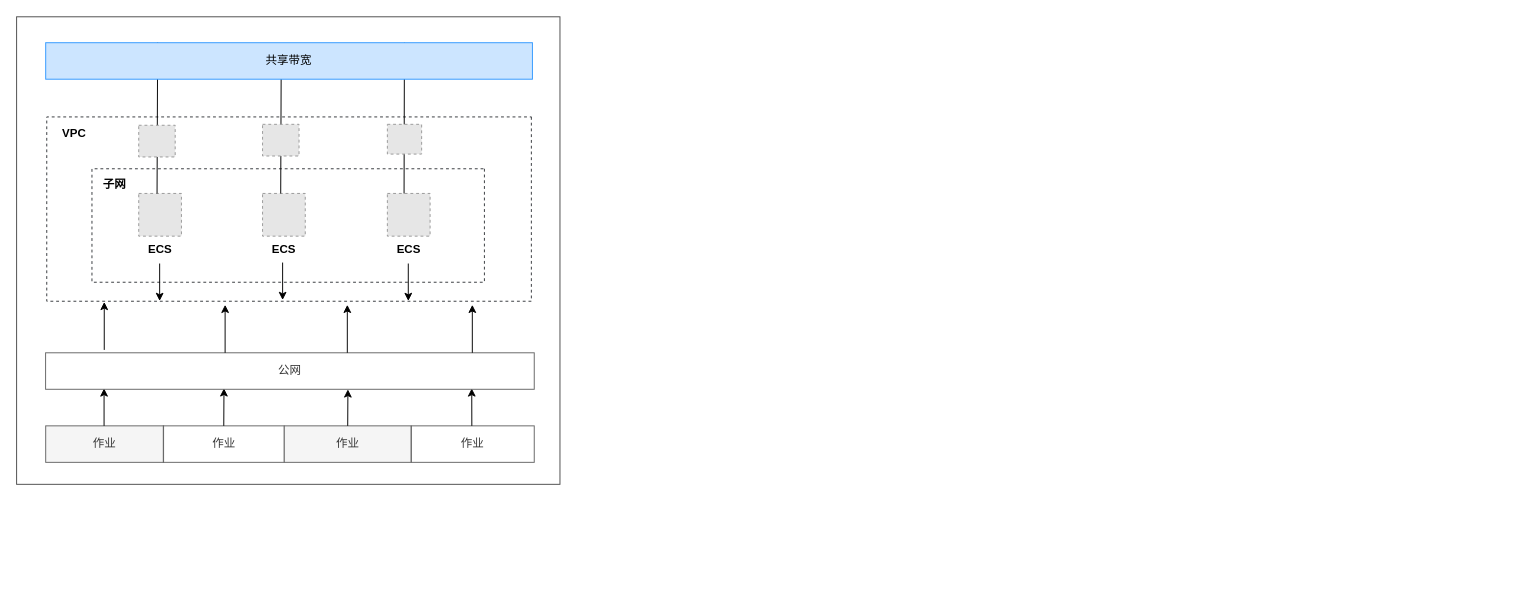
The draw.io diagram page "EIP 的副本" (4 of 8) of DRL.drawio in zhangluting123/drawio, before the edit. Source tidied: cells renumbered, new cells numbered last; positions are measured from the earlier drawing's top-left corner, leaving out a move shared by most shapes. Both pictures are drawn from the tidied source at 96%, with x=0, y=0 at pixel (16, -34). Pictures stored in the file or linked from it are replaced by grey dashed boxes.
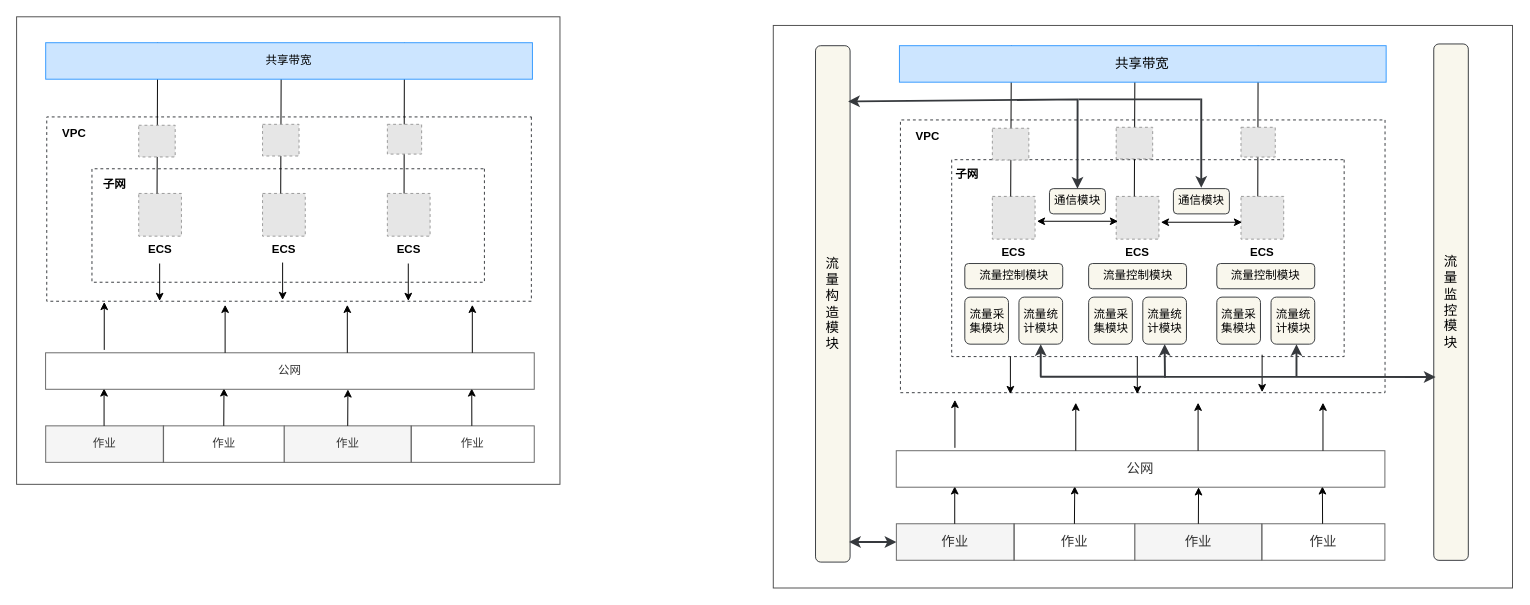
The same page after the edit.

Diff of the diagram source:
```diff
@@
+    <mxCell id="33" style="rounded=0;whiteSpace=wrap;html=1;fillColor=none;strokeWidth=1;strokeColor=#4D4D4D;" parent="1" vertex="1">
+      <mxGeometry x="788" y="61" width="770" height="586" as="geometry" />
+    </mxCell>
+    <mxCell id="34" style="rounded=1;whiteSpace=wrap;html=1;strokeWidth=1;fillColor=none;dashed=1;strokeColor=#36393d;rotation=90;arcSize=0;" parent="1" vertex="1">
+      <mxGeometry x="1030.8" y="49.1" width="284.1" height="504.8" as="geometry" />
+    </mxCell>
+    <mxCell id="35" value="VPC" style="text;html=1;strokeColor=none;fillColor=none;align=center;verticalAlign=middle;whiteSpace=wrap;rounded=0;fontStyle=1;" parent="1" vertex="1">
+      <mxGeometry x="919.2" y="162.1" width="60" height="30" as="geometry" />
+    </mxCell>
+    <mxCell id="36" style="rounded=1;whiteSpace=wrap;html=1;strokeWidth=1;fillColor=none;dashed=1;strokeColor=#36393d;rotation=90;arcSize=0;" parent="1" vertex="1">
+      <mxGeometry x="1075.7" y="99" width="205.1" height="408.8" as="geometry" />
+    </mxCell>
+    <mxCell id="37" value="ECS" style="fillColor=#E6E6E6;strokeColor=#999999;dashed=1;html=1;verticalAlign=top;verticalLabelPosition=bottom;labelBackgroundColor=#ffffff;fontStyle=1;" parent="1" vertex="1">
+      <mxGeometry x="1016.2" y="239.1" width="44.5" height="44.5" as="geometry" />
+    </mxCell>
+    <mxCell id="38" value="ECS" style="fillColor=#E6E6E6;strokeColor=#999999;dashed=1;html=1;verticalAlign=top;verticalLabelPosition=bottom;labelBackgroundColor=#ffffff;fontStyle=1;" parent="1" vertex="1">
+      <mxGeometry x="1145.2" y="239.1" width="44.5" height="44.5" as="geometry" />
+    </mxCell>
+    <mxCell id="39" value="ECS" style="fillColor=#E6E6E6;strokeColor=#999999;dashed=1;html=1;verticalAlign=top;verticalLabelPosition=bottom;labelBackgroundColor=#ffffff;fontStyle=1;" parent="1" vertex="1">
+      <mxGeometry x="1275.2" y="239.1" width="44.5" height="44.5" as="geometry" />
+    </mxCell>
+    <mxCell id="40" value="子网" style="text;html=1;strokeColor=none;fillColor=none;align=center;verticalAlign=middle;whiteSpace=wrap;rounded=0;fontStyle=1;" parent="1" vertex="1">
+      <mxGeometry x="960" y="201" width="60" height="30" as="geometry" />
+    </mxCell>
+    <mxCell id="41" style="endArrow=none;startArrow=none;html=1;rounded=0;startFill=0;endFill=0;exitX=0.391;exitY=0.006;exitDx=0;exitDy=0;exitPerimeter=0;entryX=0.23;entryY=-0.004;entryDx=0;entryDy=0;entryPerimeter=0;" parent="1" edge="1" target="55">
+      <mxGeometry relative="1" as="geometry">
+        <mxPoint x="1035.3" y="239.1" as="sourcePoint" />
+      </mxGeometry>
+    </mxCell>
+    <mxCell id="42" value="作业" style="rounded=0;whiteSpace=wrap;html=1;fillColor=#f5f5f5;strokeColor=#666666;shadow=0;fontColor=#333333;fontSize=14;" parent="1" vertex="1">
+      <mxGeometry x="916.2" y="580.1" width="122.8" height="38" as="geometry" />
+    </mxCell>
+    <mxCell id="43" value="作业" style="rounded=0;whiteSpace=wrap;html=1;fillColor=none;strokeColor=#666666;shadow=0;fontColor=#333333;fontSize=14;" parent="1" vertex="1">
+      <mxGeometry x="1038.7" y="580.1" width="126" height="38" as="geometry" />
+    </mxCell>
+    <mxCell id="44" value="作业" style="rounded=0;whiteSpace=wrap;html=1;fillColor=#f5f5f5;strokeColor=#666666;shadow=0;fontColor=#333333;fontSize=14;" parent="1" vertex="1">
+      <mxGeometry x="1164.7" y="580.1" width="132.2" height="38" as="geometry" />
+    </mxCell>
+    <mxCell id="45" value="作业" style="rounded=0;whiteSpace=wrap;html=1;fillColor=none;strokeColor=#666666;shadow=0;fontColor=#333333;fontSize=14;" parent="1" vertex="1">
+      <mxGeometry x="1297" y="580.1" width="128.1" height="38" as="geometry" />
+    </mxCell>
+    <mxCell id="46" style="endArrow=classic;html=1;rounded=0;" parent="1" edge="1">
+      <mxGeometry relative="1" as="geometry">
+        <mxPoint x="977" y="580.1" as="sourcePoint" />
+        <mxPoint x="977" y="541.1" as="targetPoint" />
+      </mxGeometry>
+    </mxCell>
+    <mxCell id="47" style="endArrow=classic;html=1;rounded=0;exitX=0.5;exitY=0;exitDx=0;exitDy=0;entryX=0.998;entryY=0.636;entryDx=0;entryDy=0;entryPerimeter=0;" parent="1" edge="1" source="43">
+      <mxGeometry relative="1" as="geometry">
+        <mxPoint x="1102" y="541" as="targetPoint" />
+      </mxGeometry>
+    </mxCell>
+    <mxCell id="48" style="endArrow=classic;html=1;rounded=0;exitX=0.5;exitY=0;exitDx=0;exitDy=0;" parent="1" edge="1" source="44">
+      <mxGeometry relative="1" as="geometry">
+        <mxPoint x="1231" y="542.1" as="targetPoint" />
+      </mxGeometry>
+    </mxCell>
+    <mxCell id="49" style="endArrow=classic;html=1;rounded=0;exitX=0.5;exitY=0;exitDx=0;exitDy=0;" parent="1" edge="1">
+      <mxGeometry relative="1" as="geometry">
+        <mxPoint x="1360.2" y="580.1" as="sourcePoint" />
+        <mxPoint x="1360" y="541.1" as="targetPoint" />
+      </mxGeometry>
+    </mxCell>
+    <mxCell id="50" value="公网" style="rounded=0;whiteSpace=wrap;html=1;fillColor=none;strokeColor=#666666;shadow=0;fontColor=#333333;fontSize=14;" parent="1" vertex="1">
+      <mxGeometry x="916.1" y="504" width="509" height="38" as="geometry" />
+    </mxCell>
+    <mxCell id="51" style="fillColor=#E6E6E6;strokeColor=#999999;dashed=1;verticalLabelPosition=bottom;labelBackgroundColor=default;verticalAlign=top;" parent="1" vertex="1">
+      <mxGeometry x="1016.2" y="168.1" width="38" height="33" as="geometry" />
+    </mxCell>
+    <mxCell id="52" style="endArrow=none;startArrow=none;html=1;rounded=0;startFill=0;endFill=0;exitX=0.391;exitY=0.006;exitDx=0;exitDy=0;exitPerimeter=0;entryX=0.484;entryY=0.048;entryDx=0;entryDy=0;entryPerimeter=0;" parent="1" edge="1" target="55">
+      <mxGeometry relative="1" as="geometry">
+        <mxPoint x="1164.1" y="239.1" as="sourcePoint" />
+      </mxGeometry>
+    </mxCell>
+    <mxCell id="53" style="fillColor=#E6E6E6;strokeColor=#999999;dashed=1;verticalLabelPosition=bottom;labelBackgroundColor=default;verticalAlign=top;" parent="1" vertex="1">
+      <mxGeometry x="1145.2" y="167.1" width="38" height="33" as="geometry" />
+    </mxCell>
+    <mxCell id="54" style="endArrow=none;startArrow=none;html=1;rounded=0;startFill=0;endFill=0;exitX=0.391;exitY=0.006;exitDx=0;exitDy=0;exitPerimeter=0;entryX=0.737;entryY=0;entryDx=0;entryDy=0;entryPerimeter=0;" parent="1" edge="1" target="55">
+      <mxGeometry relative="1" as="geometry">
+        <mxPoint x="1292.7" y="239.1" as="sourcePoint" />
+      </mxGeometry>
+    </mxCell>
+    <mxCell id="55" value="共享带宽" style="rounded=0;whiteSpace=wrap;html=1;fillColor=#cce5ff;strokeColor=#3399FF;shadow=0;fontSize=14;" parent="1" vertex="1">
+      <mxGeometry x="919.4" y="82.1" width="507" height="38" as="geometry" />
+    </mxCell>
+    <mxCell id="56" style="fillColor=#E6E6E6;strokeColor=#999999;dashed=1;verticalLabelPosition=bottom;labelBackgroundColor=default;verticalAlign=top;" parent="1" vertex="1">
+      <mxGeometry x="1275.2" y="167.1" width="35.7" height="31" as="geometry" />
+    </mxCell>
+    <mxCell id="57" style="endArrow=none;html=1;rounded=0;startArrow=classic;startFill=1;endFill=0;" parent="1" edge="1">
+      <mxGeometry relative="1" as="geometry">
+        <mxPoint x="1035" y="445" as="sourcePoint" />
+        <mxPoint x="1035" y="406" as="targetPoint" />
+      </mxGeometry>
+    </mxCell>
+    <mxCell id="58" style="endArrow=none;html=1;rounded=0;startArrow=classic;startFill=1;endFill=0;" parent="1" edge="1">
+      <mxGeometry relative="1" as="geometry">
+        <mxPoint x="1167.2" y="445" as="sourcePoint" />
+        <mxPoint x="1167.2" y="406" as="targetPoint" />
+      </mxGeometry>
+    </mxCell>
+    <mxCell id="59" style="endArrow=none;html=1;rounded=0;startArrow=classic;startFill=1;endFill=0;" parent="1" edge="1">
+      <mxGeometry relative="1" as="geometry">
+        <mxPoint x="1297.2" y="443" as="sourcePoint" />
+        <mxPoint x="1297.2" y="404" as="targetPoint" />
+      </mxGeometry>
+    </mxCell>
+    <mxCell id="60" style="endArrow=classic;html=1;rounded=0;entryX=0.085;entryY=1.038;entryDx=0;entryDy=0;entryPerimeter=0;" parent="1" edge="1">
+      <mxGeometry relative="1" as="geometry">
+        <mxPoint x="977.2" y="501" as="sourcePoint" />
+        <mxPoint x="977.2" y="451" as="targetPoint" />
+      </mxGeometry>
+    </mxCell>
+    <mxCell id="61" style="endArrow=classic;html=1;rounded=0;entryX=0.085;entryY=1.038;entryDx=0;entryDy=0;entryPerimeter=0;" parent="1" edge="1">
+      <mxGeometry relative="1" as="geometry">
+        <mxPoint x="1103.1" y="504" as="sourcePoint" />
+        <mxPoint x="1103.1" y="454" as="targetPoint" />
+      </mxGeometry>
+    </mxCell>
+    <mxCell id="62" style="endArrow=classic;html=1;rounded=0;entryX=0.085;entryY=1.038;entryDx=0;entryDy=0;entryPerimeter=0;" parent="1" edge="1">
+      <mxGeometry relative="1" as="geometry">
+        <mxPoint x="1360.6" y="504" as="sourcePoint" />
+        <mxPoint x="1360.6" y="454" as="targetPoint" />
+      </mxGeometry>
+    </mxCell>
+    <mxCell id="63" style="endArrow=classic;html=1;rounded=0;entryX=0.085;entryY=1.038;entryDx=0;entryDy=0;entryPerimeter=0;" parent="1" edge="1">
+      <mxGeometry relative="1" as="geometry">
+        <mxPoint x="1230.5" y="504" as="sourcePoint" />
+        <mxPoint x="1230.5" y="454" as="targetPoint" />
+      </mxGeometry>
+    </mxCell>
+    <mxCell id="64" value="流&lt;br style=&quot;font-size: 14px;&quot;&gt;量&lt;br style=&quot;font-size: 14px;&quot;&gt;构&lt;br style=&quot;font-size: 14px;&quot;&gt;造&lt;br style=&quot;font-size: 14px;&quot;&gt;模&lt;br style=&quot;font-size: 14px;&quot;&gt;块" style="rounded=1;whiteSpace=wrap;html=1;fillColor=#f9f7ed;strokeColor=#36393d;fontSize=14;" parent="1" vertex="1">
+      <mxGeometry x="832" y="82.1" width="36" height="537.9" as="geometry" />
+    </mxCell>
+    <mxCell id="65" style="endArrow=classic;startArrow=classic;html=1;rounded=0;exitX=1;exitY=0.5;exitDx=0;exitDy=0;" parent="1" edge="1">
+      <mxGeometry relative="1" as="geometry">
+        <mxPoint x="1062.6" y="265" as="sourcePoint" />
+        <mxPoint x="1147.1" y="265" as="targetPoint" />
+      </mxGeometry>
+    </mxCell>
+    <mxCell id="66" style="endArrow=classic;startArrow=classic;html=1;rounded=0;exitX=1;exitY=0.5;exitDx=0;exitDy=0;" parent="1" edge="1">
+      <mxGeometry relative="1" as="geometry">
+        <mxPoint x="1191.7" y="266" as="sourcePoint" />
+        <mxPoint x="1276.3" y="266" as="targetPoint" />
+      </mxGeometry>
+    </mxCell>
+    <mxCell id="67" value="通信模块" style="rounded=1;whiteSpace=wrap;html=1;fillColor=#f9f7ed;strokeColor=#36393d;" parent="1" vertex="1">
+      <mxGeometry x="1075.7" y="231" width="58.3" height="26.3" as="geometry" />
+    </mxCell>
+    <mxCell id="68" value="通信模块" style="rounded=1;whiteSpace=wrap;html=1;fillColor=#f9f7ed;strokeColor=#36393d;" parent="1" vertex="1">
+      <mxGeometry x="1204.8" y="231" width="58.3" height="26.3" as="geometry" />
+    </mxCell>
+    <mxCell id="69" value="流量控制模块" style="rounded=1;whiteSpace=wrap;html=1;fillColor=#f9f7ed;strokeColor=#36393d;" parent="1" vertex="1">
+      <mxGeometry x="987.5" y="309" width="102" height="26.3" as="geometry" />
+    </mxCell>
+    <mxCell id="70" value="流量采集模块" style="rounded=1;whiteSpace=wrap;html=1;fillColor=#f9f7ed;strokeColor=#36393d;arcSize=12;" parent="1" vertex="1">
+      <mxGeometry x="987.5" y="344" width="45.5" height="49" as="geometry" />
+    </mxCell>
+    <mxCell id="71" value="流量控制模块" style="rounded=1;whiteSpace=wrap;html=1;fillColor=#f9f7ed;strokeColor=#36393d;" parent="1" vertex="1">
+      <mxGeometry x="1116.5" y="309" width="102" height="26.3" as="geometry" />
+    </mxCell>
+    <mxCell id="72" value="流量控制模块" style="rounded=1;whiteSpace=wrap;html=1;fillColor=#f9f7ed;strokeColor=#36393d;" parent="1" vertex="1">
+      <mxGeometry x="1250" y="309" width="102" height="26.3" as="geometry" />
+    </mxCell>
+    <mxCell id="73" style="endArrow=classic;startArrow=classic;html=1;rounded=0;entryX=0.5;entryY=0;entryDx=0;entryDy=0;exitX=0.944;exitY=0.108;exitDx=0;exitDy=0;exitPerimeter=0;fillColor=#f9f7ed;strokeColor=#36393d;strokeWidth=2;shadow=0;" parent="1" edge="1" source="64" target="67">
+      <mxGeometry relative="1" as="geometry">
+        <Array as="points">
+          <mxPoint x="1105" y="138" />
+        </Array>
+      </mxGeometry>
+    </mxCell>
+    <mxCell id="74" style="endArrow=classic;startArrow=classic;html=1;rounded=0;strokeWidth=2;strokeColor=#36393d;entryX=0;entryY=0.5;entryDx=0;entryDy=0;fillColor=#f9f7ed;" parent="1" edge="1" target="42">
+      <mxGeometry relative="1" as="geometry">
+        <mxPoint x="867" y="599" as="sourcePoint" />
+      </mxGeometry>
+    </mxCell>
+    <mxCell id="75" style="endArrow=none;html=1;rounded=0;strokeWidth=2;strokeColor=#36393d;fillColor=#f9f7ed;" parent="1" edge="1">
+      <mxGeometry relative="1" as="geometry">
+        <mxPoint x="1106" y="138" as="sourcePoint" />
+        <mxPoint x="1233" y="138" as="targetPoint" />
+      </mxGeometry>
+    </mxCell>
+    <mxCell id="76" style="endArrow=classic;html=1;rounded=0;strokeColor=#36393d;strokeWidth=2;entryX=0.432;entryY=0.001;entryDx=0;entryDy=0;entryPerimeter=0;fillColor=#f9f7ed;" parent="1" edge="1">
+      <mxGeometry relative="1" as="geometry">
+        <mxPoint x="1233.8" y="137.1" as="sourcePoint" />
+        <mxPoint x="1233.8" y="230.1" as="targetPoint" />
+      </mxGeometry>
+    </mxCell>
+    <mxCell id="77" value="流量统计模块" style="rounded=1;whiteSpace=wrap;html=1;fillColor=#f9f7ed;strokeColor=#36393d;arcSize=12;" parent="1" vertex="1">
+      <mxGeometry x="1043.9" y="344" width="45.5" height="49" as="geometry" />
+    </mxCell>
+    <mxCell id="78" value="流量采集模块" style="rounded=1;whiteSpace=wrap;html=1;fillColor=#f9f7ed;strokeColor=#36393d;arcSize=12;" parent="1" vertex="1">
+      <mxGeometry x="1116.5" y="344" width="45.5" height="49" as="geometry" />
+    </mxCell>
+    <mxCell id="79" value="流量统计模块" style="rounded=1;whiteSpace=wrap;html=1;fillColor=#f9f7ed;strokeColor=#36393d;arcSize=12;" parent="1" vertex="1">
+      <mxGeometry x="1172.9" y="344" width="45.5" height="49" as="geometry" />
+    </mxCell>
+    <mxCell id="80" value="流量采集模块" style="rounded=1;whiteSpace=wrap;html=1;fillColor=#f9f7ed;strokeColor=#36393d;arcSize=12;" parent="1" vertex="1">
+      <mxGeometry x="1250" y="344" width="45.5" height="49" as="geometry" />
+    </mxCell>
+    <mxCell id="81" value="流量统计模块" style="rounded=1;whiteSpace=wrap;html=1;fillColor=#f9f7ed;strokeColor=#36393d;arcSize=12;" parent="1" vertex="1">
+      <mxGeometry x="1306.5" y="344" width="45.5" height="49" as="geometry" />
+    </mxCell>
+    <mxCell id="82" value="流&lt;br style=&quot;font-size: 14px;&quot;&gt;量&lt;br style=&quot;font-size: 14px;&quot;&gt;监&lt;br style=&quot;font-size: 14px;&quot;&gt;控&lt;br style=&quot;font-size: 14px;&quot;&gt;模&lt;br style=&quot;font-size: 14px;&quot;&gt;块" style="rounded=1;whiteSpace=wrap;html=1;fillColor=#f9f7ed;strokeColor=#36393d;fontSize=14;" parent="1" vertex="1">
+      <mxGeometry x="1476" y="80.3" width="36" height="537.9" as="geometry" />
+    </mxCell>
+    <mxCell id="83" style="endArrow=classic;startArrow=classic;html=1;rounded=0;fillColor=#f9f7ed;strokeColor=#36393d;strokeWidth=2;shadow=0;exitX=0.052;exitY=0.645;exitDx=0;exitDy=0;exitPerimeter=0;entryX=0.5;entryY=1;entryDx=0;entryDy=0;" parent="1" edge="1" source="82" target="79">
+      <mxGeometry relative="1" as="geometry">
+        <Array as="points">
+          <mxPoint x="1196" y="427" />
+        </Array>
+      </mxGeometry>
+    </mxCell>
+    <mxCell id="84" style="endArrow=classic;html=1;rounded=0;strokeColor=#36393d;strokeWidth=2;fillColor=#f9f7ed;" parent="1" edge="1">
+      <mxGeometry relative="1" as="geometry">
+        <mxPoint x="1333" y="427" as="sourcePoint" />
+        <mxPoint x="1333" y="393" as="targetPoint" />
+      </mxGeometry>
+    </mxCell>
+    <mxCell id="85" style="endArrow=none;html=1;rounded=0;strokeWidth=2;strokeColor=#36393d;fillColor=#f9f7ed;" parent="1" edge="1">
+      <mxGeometry relative="1" as="geometry">
+        <mxPoint x="1066" y="427" as="sourcePoint" />
+        <mxPoint x="1197" y="427" as="targetPoint" />
+      </mxGeometry>
+    </mxCell>
+    <mxCell id="86" style="endArrow=classic;html=1;rounded=0;strokeColor=#36393d;strokeWidth=2;fillColor=#f9f7ed;" parent="1" edge="1">
+      <mxGeometry relative="1" as="geometry">
+        <mxPoint x="1066.6" y="427" as="sourcePoint" />
+        <mxPoint x="1066.6" y="393" as="targetPoint" />
+      </mxGeometry>
+    </mxCell>
```
